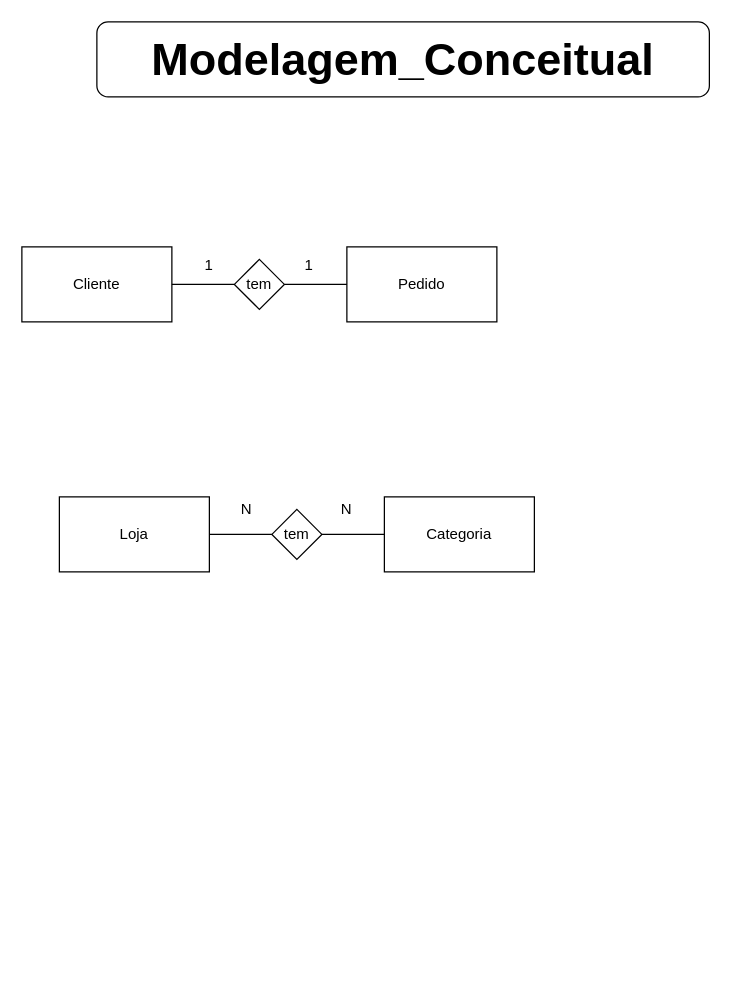
The draw.io diagram page "Page-1" (1 of 2) of Modelagem - SenaiShop/ModelagemSenaiShop.drawio in amadorsenai/Banco-de-dados---S12T, before the edit. Source tidied: cells renumbered, new cells numbered last; positions are measured from the earlier drawing's top-left corner, leaving out a move shared by most shapes. Both pictures are drawn from the tidied source at 125%, with x=0, y=0 at pixel (21, 21).
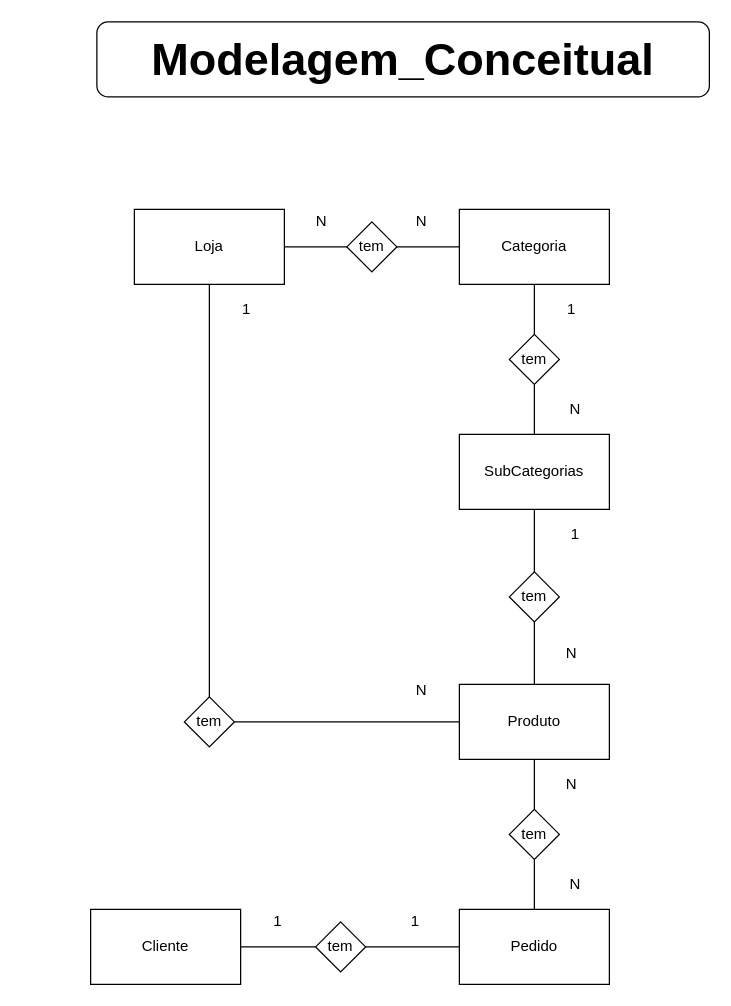
Above is the later version.

Commit message (it also covers changes not shown here):
Aprimoramento, correção de falha na modelagem

The edit, as a diff of the source:
```diff
@@
     <mxCell id="3" value="Cliente" style="rounded=0;whiteSpace=wrap;html=1;" parent="1" vertex="1">
-      <mxGeometry y="180" width="120" height="60" as="geometry" />
+      <mxGeometry x="55" y="710" width="120" height="60" as="geometry" />
     </mxCell>
     <mxCell id="4" value="Categoria" style="rounded=0;whiteSpace=wrap;html=1;" parent="1" vertex="1">
-      <mxGeometry x="290" y="380" width="120" height="60" as="geometry" />
+      <mxGeometry x="350" y="150" width="120" height="60" as="geometry" />
     </mxCell>
     <mxCell id="5" value="Loja" style="rounded=0;whiteSpace=wrap;html=1;" parent="1" vertex="1">
-      <mxGeometry x="30" y="380" width="120" height="60" as="geometry" />
+      <mxGeometry x="90" y="150" width="120" height="60" as="geometry" />
     </mxCell>
     <mxCell id="6" value="Pedido" style="rounded=0;whiteSpace=wrap;html=1;" parent="1" vertex="1">
-      <mxGeometry x="260" y="180" width="120" height="60" as="geometry" />
+      <mxGeometry x="350" y="710" width="120" height="60" as="geometry" />
     </mxCell>
     <mxCell id="7" value="tem" style="rhombus;whiteSpace=wrap;html=1;" parent="1" vertex="1">
-      <mxGeometry x="170" y="190" width="40" height="40" as="geometry" />
+      <mxGeometry x="130" y="540" width="40" height="40" as="geometry" />
     </mxCell>
-    <mxCell id="8" style="endArrow=none;html=1;exitX=1;exitY=0.5;exitDx=0;exitDy=0;entryX=0;entryY=0.5;entryDx=0;entryDy=0;" parent="1" edge="1" source="3" target="7">
+    <mxCell id="8" style="endArrow=none;html=1;exitX=0.5;exitY=1;exitDx=0;exitDy=0;entryX=0.5;entryY=0;entryDx=0;entryDy=0;" parent="1" edge="1" source="5" target="7">
       <mxGeometry relative="1" as="geometry" />
     </mxCell>
-    <mxCell id="9" style="endArrow=none;html=1;entryX=0;entryY=0.5;entryDx=0;entryDy=0;exitX=1;exitY=0.5;exitDx=0;exitDy=0;" parent="1" edge="1" source="7" target="6">
+    <mxCell id="9" style="endArrow=none;html=1;exitX=1;exitY=0.5;exitDx=0;exitDy=0;entryX=0;entryY=0.5;entryDx=0;entryDy=0;" parent="1" edge="1" source="7" target="23">
       <mxGeometry relative="1" as="geometry" />
     </mxCell>
-    <mxCell id="10" value="1" style="text;html=1;strokeColor=none;fillColor=none;align=center;verticalAlign=middle;whiteSpace=wrap;rounded=0;" parent="1" vertex="1">
-      <mxGeometry x="130" y="185" width="40" height="20" as="geometry" />
-    </mxCell>
     <mxCell id="11" value="N" style="text;html=1;strokeColor=none;fillColor=none;align=center;verticalAlign=middle;whiteSpace=wrap;rounded=0;" parent="1" vertex="1">
-      <mxGeometry x="160" y="380" width="40" height="20" as="geometry" />
+      <mxGeometry x="220" y="150" width="40" height="20" as="geometry" />
     </mxCell>
     <mxCell id="12" value="1" style="text;html=1;strokeColor=none;fillColor=none;align=center;verticalAlign=middle;whiteSpace=wrap;rounded=0;" parent="1" vertex="1">
-      <mxGeometry x="210" y="185" width="40" height="20" as="geometry" />
+      <mxGeometry x="160" y="220" width="40" height="20" as="geometry" />
     </mxCell>
     <mxCell id="13" value="tem" style="rhombus;whiteSpace=wrap;html=1;" parent="1" vertex="1">
-      <mxGeometry x="200" y="390" width="40" height="40" as="geometry" />
+      <mxGeometry x="260" y="160" width="40" height="40" as="geometry" />
     </mxCell>
@@
     <mxCell id="16" value="N" style="text;html=1;strokeColor=none;fillColor=none;align=center;verticalAlign=middle;whiteSpace=wrap;rounded=0;" parent="1" vertex="1">
-      <mxGeometry x="240" y="380" width="40" height="20" as="geometry" />
+      <mxGeometry x="300" y="150" width="40" height="20" as="geometry" />
     </mxCell>
+    <mxCell id="17" value="SubCategorias" style="rounded=0;whiteSpace=wrap;html=1;" parent="1" vertex="1">
+      <mxGeometry x="350" y="330" width="120" height="60" as="geometry" />
+    </mxCell>
+    <mxCell id="18" value="tem" style="rhombus;whiteSpace=wrap;html=1;" parent="1" vertex="1">
+      <mxGeometry x="390" y="250" width="40" height="40" as="geometry" />
+    </mxCell>
+    <mxCell id="19" style="endArrow=none;html=1;entryX=0.5;entryY=1;entryDx=0;entryDy=0;exitX=0.5;exitY=0;exitDx=0;exitDy=0;" parent="1" edge="1" source="18" target="4">
+      <mxGeometry relative="1" as="geometry" />
+    </mxCell>
+    <mxCell id="20" style="endArrow=none;html=1;entryX=0.5;entryY=1;entryDx=0;entryDy=0;" parent="1" edge="1" source="17" target="18">
+      <mxGeometry relative="1" as="geometry" />
+    </mxCell>
+    <mxCell id="21" value="N" style="text;html=1;strokeColor=none;fillColor=none;align=center;verticalAlign=middle;whiteSpace=wrap;rounded=0;" parent="1" vertex="1">
+      <mxGeometry x="423" y="300" width="40" height="20" as="geometry" />
+    </mxCell>
+    <mxCell id="22" value="1" style="text;html=1;strokeColor=none;fillColor=none;align=center;verticalAlign=middle;whiteSpace=wrap;rounded=0;" parent="1" vertex="1">
+      <mxGeometry x="420" y="220" width="40" height="20" as="geometry" />
+    </mxCell>
+    <mxCell id="23" value="Produto" style="rounded=0;whiteSpace=wrap;html=1;" parent="1" vertex="1">
+      <mxGeometry x="350" y="530" width="120" height="60" as="geometry" />
+    </mxCell>
+    <mxCell id="24" value="tem" style="rhombus;whiteSpace=wrap;html=1;" parent="1" vertex="1">
+      <mxGeometry x="390" y="440" width="40" height="40" as="geometry" />
+    </mxCell>
+    <mxCell id="25" style="endArrow=none;html=1;entryX=0.5;entryY=1;entryDx=0;entryDy=0;exitX=0.5;exitY=0;exitDx=0;exitDy=0;" parent="1" edge="1" source="24" target="17">
+      <mxGeometry relative="1" as="geometry" />
+    </mxCell>
+    <mxCell id="26" style="endArrow=none;html=1;entryX=0.5;entryY=1;entryDx=0;entryDy=0;exitX=0.5;exitY=0;exitDx=0;exitDy=0;" parent="1" edge="1" source="23" target="24">
+      <mxGeometry relative="1" as="geometry" />
+    </mxCell>
+    <mxCell id="27" value="1" style="text;html=1;strokeColor=none;fillColor=none;align=center;verticalAlign=middle;whiteSpace=wrap;rounded=0;" parent="1" vertex="1">
+      <mxGeometry x="423" y="400" width="40" height="20" as="geometry" />
+    </mxCell>
+    <mxCell id="28" value="N" style="text;html=1;strokeColor=none;fillColor=none;align=center;verticalAlign=middle;whiteSpace=wrap;rounded=0;" parent="1" vertex="1">
+      <mxGeometry x="420" y="495" width="40" height="20" as="geometry" />
+    </mxCell>
+    <mxCell id="29" value="N" style="text;html=1;strokeColor=none;fillColor=none;align=center;verticalAlign=middle;whiteSpace=wrap;rounded=0;" parent="1" vertex="1">
+      <mxGeometry x="300" y="525" width="40" height="20" as="geometry" />
+    </mxCell>
+    <mxCell id="30" value="tem" style="rhombus;whiteSpace=wrap;html=1;" parent="1" vertex="1">
+      <mxGeometry x="235" y="720" width="40" height="40" as="geometry" />
+    </mxCell>
+    <mxCell id="31" style="endArrow=none;html=1;entryX=0;entryY=0.5;entryDx=0;entryDy=0;exitX=1;exitY=0.5;exitDx=0;exitDy=0;" parent="1" edge="1" source="3" target="30">
+      <mxGeometry relative="1" as="geometry" />
+    </mxCell>
+    <mxCell id="32" style="endArrow=none;html=1;entryX=0;entryY=0.5;entryDx=0;entryDy=0;exitX=1;exitY=0.5;exitDx=0;exitDy=0;" parent="1" edge="1" source="30" target="6">
+      <mxGeometry relative="1" as="geometry" />
+    </mxCell>
+    <mxCell id="33" value="1" style="text;html=1;strokeColor=none;fillColor=none;align=center;verticalAlign=middle;whiteSpace=wrap;rounded=0;" parent="1" vertex="1">
+      <mxGeometry x="295" y="710" width="40" height="20" as="geometry" />
+    </mxCell>
+    <mxCell id="34" value="1" style="text;html=1;strokeColor=none;fillColor=none;align=center;verticalAlign=middle;whiteSpace=wrap;rounded=0;" parent="1" vertex="1">
+      <mxGeometry x="185" y="710" width="40" height="20" as="geometry" />
+    </mxCell>
+    <mxCell id="35" value="tem" style="rhombus;whiteSpace=wrap;html=1;" parent="1" vertex="1">
+      <mxGeometry x="390" y="630" width="40" height="40" as="geometry" />
+    </mxCell>
+    <mxCell id="36" style="endArrow=none;html=1;entryX=0.5;entryY=1;entryDx=0;entryDy=0;exitX=0.5;exitY=0;exitDx=0;exitDy=0;" parent="1" edge="1" source="35" target="23">
+      <mxGeometry relative="1" as="geometry" />
+    </mxCell>
+    <mxCell id="37" style="endArrow=none;html=1;entryX=0.5;entryY=1;entryDx=0;entryDy=0;" parent="1" edge="1" source="6" target="35">
+      <mxGeometry relative="1" as="geometry" />
+    </mxCell>
+    <mxCell id="38" value="N" style="text;html=1;strokeColor=none;fillColor=none;align=center;verticalAlign=middle;whiteSpace=wrap;rounded=0;" parent="1" vertex="1">
+      <mxGeometry x="420" y="600" width="40" height="20" as="geometry" />
+    </mxCell>
+    <mxCell id="39" value="N" style="text;html=1;strokeColor=none;fillColor=none;align=center;verticalAlign=middle;whiteSpace=wrap;rounded=0;" parent="1" vertex="1">
+      <mxGeometry x="423" y="680" width="40" height="20" as="geometry" />
+    </mxCell>
```
